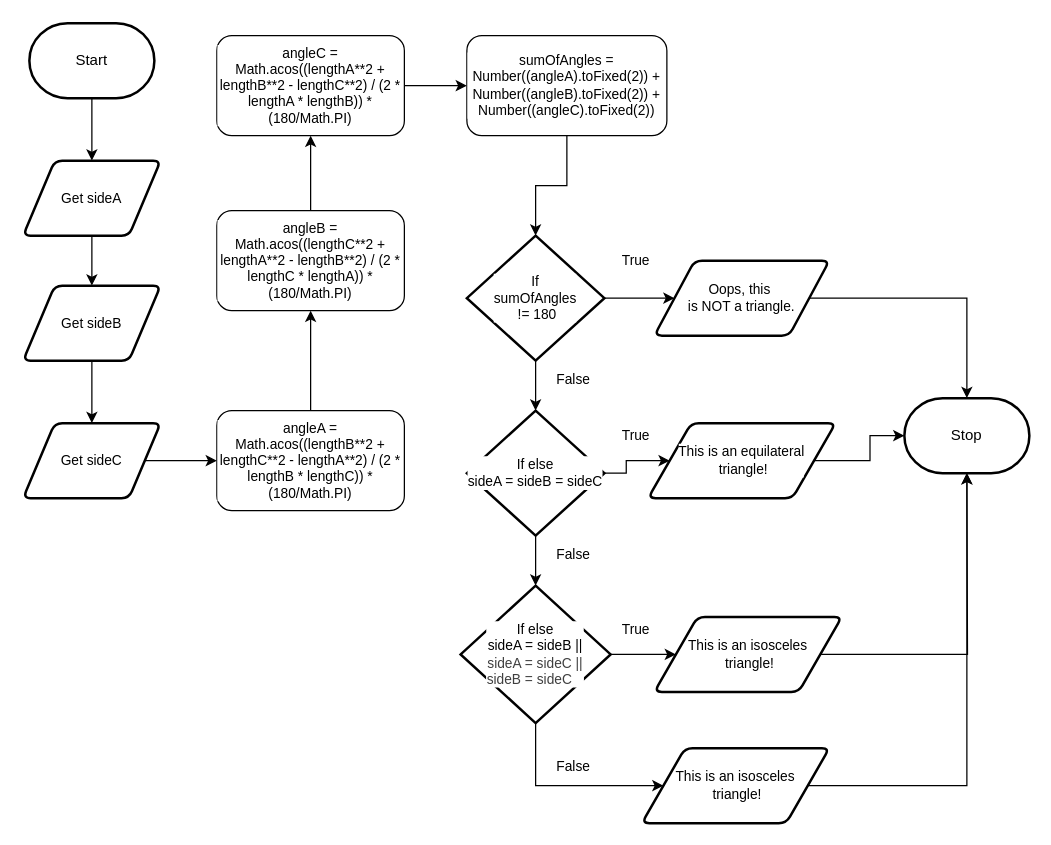
Above: design/flowchart.drawio in MTHS-ICD2O-1-2024/ICD2O-Unit-5-05-Olivia-Ten-Den (draw.io), before the change. Source tidied: cells renumbered, new cells numbered last; positions are measured from the earlier drawing's top-left corner, leaving out a move shared by most shapes. Both pictures are drawn from the tidied source at 125%, with x=0, y=0 at pixel (22, 22).
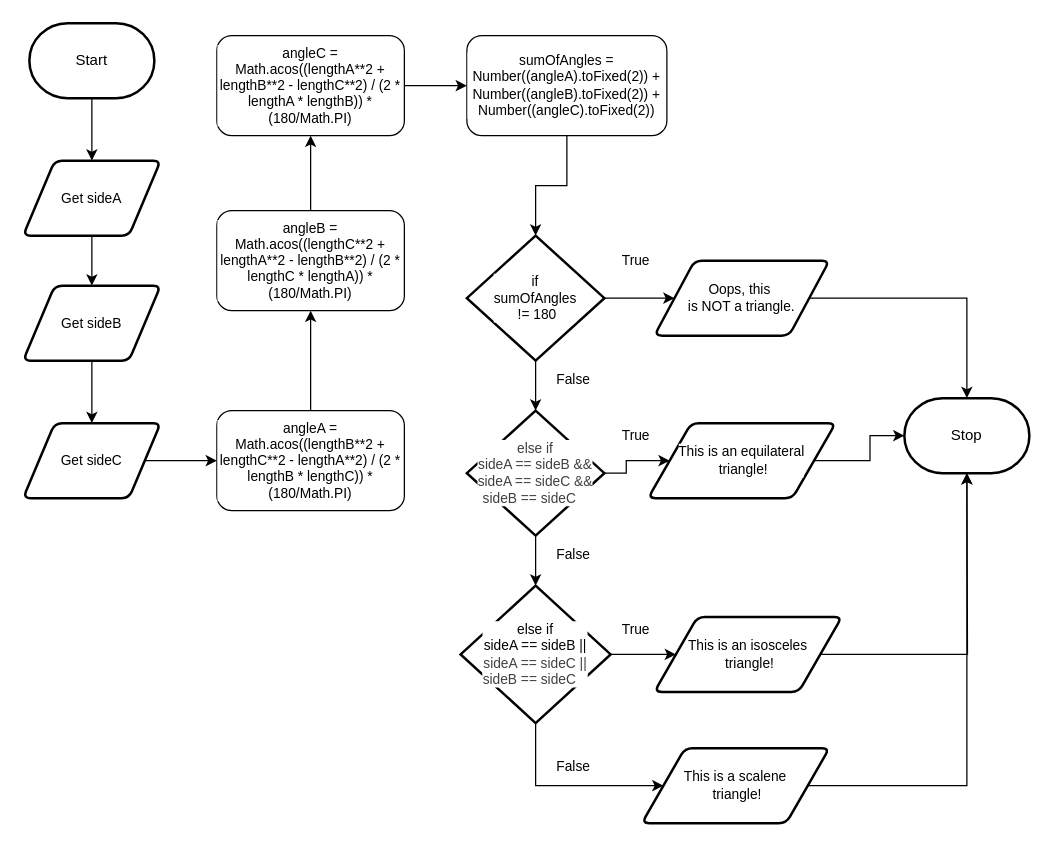
The same page after the edit.

Commit message (it also covers changes not shown here):
fixed mistakes in flowchart

The edit, as a diff of the source:
```diff
@@
-    <mxCell id="21" value="If&lt;div&gt;sumOfAngles&lt;div&gt;&amp;nbsp;!= 180&lt;/div&gt;&lt;/div&gt;" style="strokeWidth=2;html=1;shape=mxgraph.flowchart.decision;whiteSpace=wrap;fontFamily=Helvetica;fontSize=11;fontColor=default;labelBackgroundColor=default;" parent="1" vertex="1">
+    <mxCell id="21" value="if&lt;div&gt;sumOfAngles&lt;div&gt;&amp;nbsp;!= 180&lt;/div&gt;&lt;/div&gt;" style="strokeWidth=2;html=1;shape=mxgraph.flowchart.decision;whiteSpace=wrap;fontFamily=Helvetica;fontSize=11;fontColor=default;labelBackgroundColor=default;" parent="1" vertex="1">
       <mxGeometry x="355" y="170" width="110" height="100" as="geometry" />
     </mxCell>
@@
-    <mxCell id="25" value="If else&lt;div&gt;sideA = sideB = sideC&lt;/div&gt;" style="strokeWidth=2;html=1;shape=mxgraph.flowchart.decision;whiteSpace=wrap;fontFamily=Helvetica;fontSize=11;fontColor=default;labelBackgroundColor=default;" parent="1" vertex="1">
+    <mxCell id="25" value="&lt;div style=&quot;color: rgb(63, 63, 63); scrollbar-color: rgb(226, 226, 226) rgb(251, 251, 251);&quot;&gt;else if&lt;/div&gt;&lt;div style=&quot;color: rgb(63, 63, 63); scrollbar-color: rgb(226, 226, 226) rgb(251, 251, 251);&quot;&gt;sideA == sideB &amp;amp;&amp;amp;&lt;/div&gt;&lt;div style=&quot;color: rgb(63, 63, 63); scrollbar-color: rgb(226, 226, 226) rgb(251, 251, 251);&quot;&gt;&lt;span style=&quot;scrollbar-color: rgb(226, 226, 226) rgb(251, 251, 251); color: rgb(63, 63, 63);&quot;&gt;sideA == sideC &amp;amp;&amp;amp;&lt;/span&gt;&lt;/div&gt;&lt;div style=&quot;color: rgb(63, 63, 63); scrollbar-color: rgb(226, 226, 226) rgb(251, 251, 251);&quot;&gt;&lt;span style=&quot;scrollbar-color: rgb(226, 226, 226) rgb(251, 251, 251); color: rgb(63, 63, 63);&quot;&gt;sideB == sideC&amp;nbsp;&lt;/span&gt;&lt;span style=&quot;scrollbar-color: rgb(226, 226, 226) rgb(251, 251, 251); color: rgb(63, 63, 63);&quot;&gt;&amp;nbsp;&lt;/span&gt;&lt;span style=&quot;scrollbar-color: rgb(226, 226, 226) rgb(251, 251, 251); color: rgb(63, 63, 63);&quot;&gt;&amp;nbsp;&lt;/span&gt;&lt;/div&gt;" style="strokeWidth=2;html=1;shape=mxgraph.flowchart.decision;whiteSpace=wrap;fontFamily=Helvetica;fontSize=11;fontColor=default;labelBackgroundColor=default;" parent="1" vertex="1">
       <mxGeometry x="355" y="310" width="110" height="100" as="geometry" />
     </mxCell>
@@
-    <mxCell id="28" value="If else&lt;div&gt;sideA = sideB ||&lt;/div&gt;&lt;div&gt;&lt;span style=&quot;color: rgb(63, 63, 63); background-color: light-dark(#ffffff, var(--ge-dark-color, #121212));&quot;&gt;sideA = sideC ||&lt;/span&gt;&lt;/div&gt;&lt;div&gt;&lt;span style=&quot;color: rgb(63, 63, 63); background-color: light-dark(#ffffff, var(--ge-dark-color, #121212));&quot;&gt;sideB = sideC&amp;nbsp;&lt;/span&gt;&lt;span style=&quot;color: rgb(63, 63, 63); background-color: light-dark(#ffffff, var(--ge-dark-color, #121212));&quot;&gt;&amp;nbsp;&lt;/span&gt;&lt;span style=&quot;color: rgb(63, 63, 63); background-color: light-dark(#ffffff, var(--ge-dark-color, #121212));&quot;&gt;&amp;nbsp;&lt;/span&gt;&lt;/div&gt;" style="strokeWidth=2;html=1;shape=mxgraph.flowchart.decision;whiteSpace=wrap;fontFamily=Helvetica;fontSize=11;fontColor=default;labelBackgroundColor=default;" parent="1" vertex="1">
+    <mxCell id="28" value="&lt;div&gt;else if&lt;/div&gt;&lt;div&gt;sideA == sideB ||&lt;/div&gt;&lt;div&gt;&lt;span style=&quot;color: rgb(63, 63, 63); background-color: light-dark(#ffffff, var(--ge-dark-color, #121212));&quot;&gt;sideA == sideC ||&lt;/span&gt;&lt;/div&gt;&lt;div&gt;&lt;span style=&quot;color: rgb(63, 63, 63); background-color: light-dark(#ffffff, var(--ge-dark-color, #121212));&quot;&gt;sideB == sideC&amp;nbsp;&lt;/span&gt;&lt;span style=&quot;color: rgb(63, 63, 63); background-color: light-dark(#ffffff, var(--ge-dark-color, #121212));&quot;&gt;&amp;nbsp;&lt;/span&gt;&lt;span style=&quot;color: rgb(63, 63, 63); background-color: light-dark(#ffffff, var(--ge-dark-color, #121212));&quot;&gt;&amp;nbsp;&lt;/span&gt;&lt;/div&gt;" style="strokeWidth=2;html=1;shape=mxgraph.flowchart.decision;whiteSpace=wrap;fontFamily=Helvetica;fontSize=11;fontColor=default;labelBackgroundColor=default;" parent="1" vertex="1">
       <mxGeometry x="350" y="450" width="120" height="110" as="geometry" />
     </mxCell>
@@
-    <mxCell id="31" value="This is an isosceles&lt;div&gt;&amp;nbsp;triangle!&lt;/div&gt;" style="shape=parallelogram;html=1;strokeWidth=2;perimeter=parallelogramPerimeter;whiteSpace=wrap;rounded=1;arcSize=12;size=0.23;fontFamily=Helvetica;fontSize=11;fontColor=default;labelBackgroundColor=default;" parent="1" vertex="1">
+    <mxCell id="31" value="This is a scalene&lt;div&gt;&amp;nbsp;triangle!&lt;/div&gt;" style="shape=parallelogram;html=1;strokeWidth=2;perimeter=parallelogramPerimeter;whiteSpace=wrap;rounded=1;arcSize=12;size=0.23;fontFamily=Helvetica;fontSize=11;fontColor=default;labelBackgroundColor=default;" parent="1" vertex="1">
       <mxGeometry x="495" y="580" width="150" height="60" as="geometry" />
     </mxCell>
```
